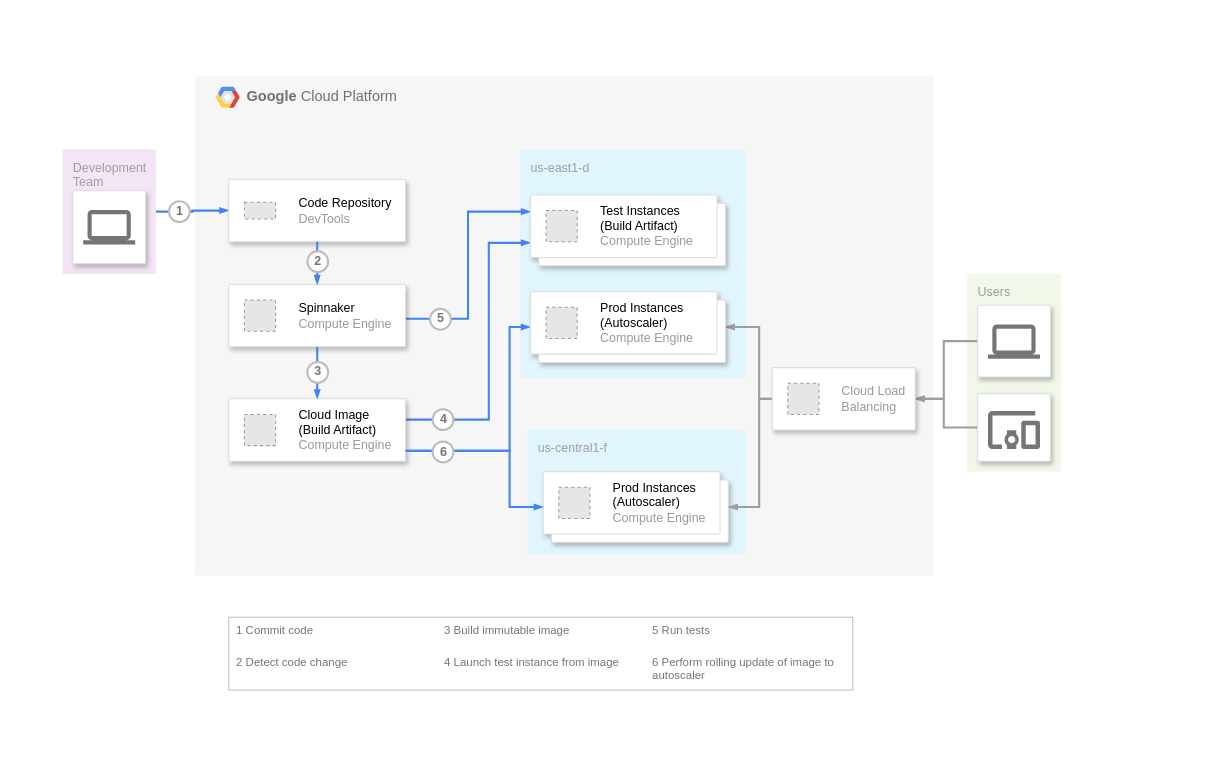
The draw.io diagram javame-architecture.drawio in nhnacademy-aiot2-javame/javame-Diagram, before the edit. Source tidied: cells renumbered, new cells numbered last; positions are measured from the earlier drawing's top-left corner, leaving out a move shared by most shapes. Both pictures are drawn from the tidied source at 104%, with x=0, y=0 at pixel (61, 76). Pictures stored in the file or linked from it are replaced by grey dashed boxes.
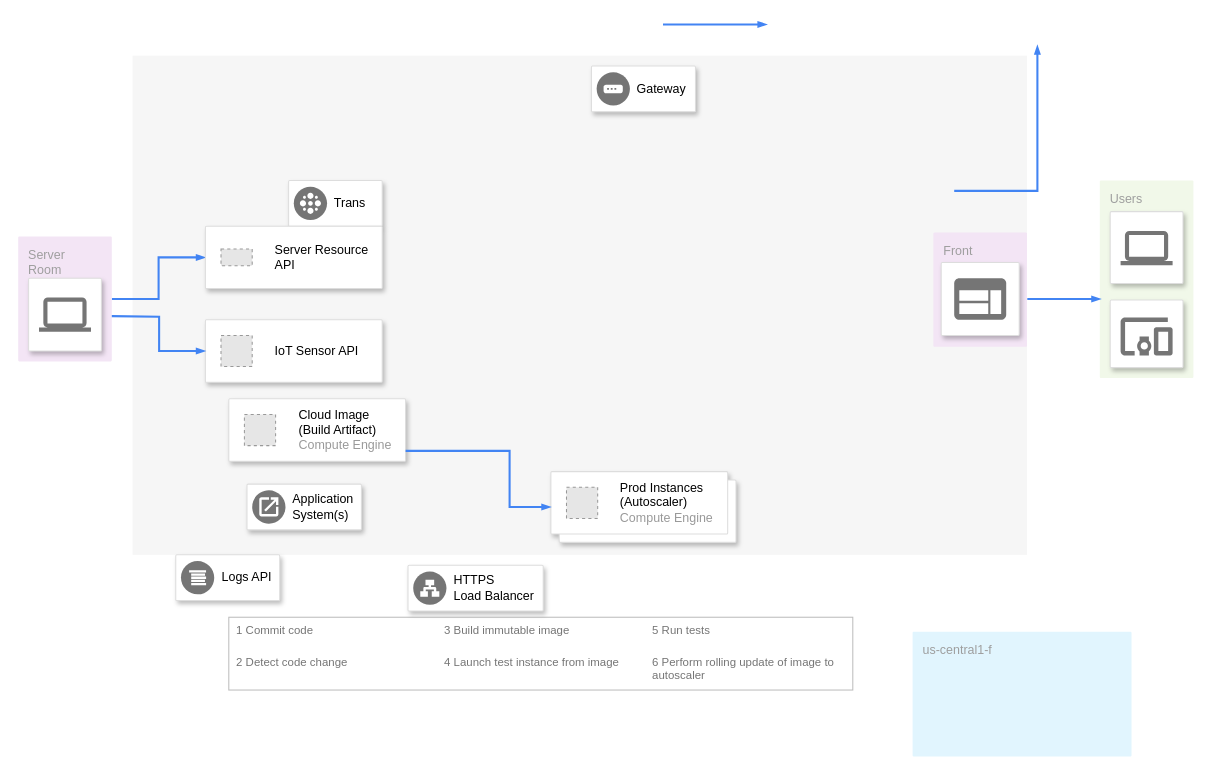
After the change.

Unchanged cells that the change refers to:
```xml
<mxCell id="32" style="strokeColor=#dddddd;shadow=1;strokeWidth=1;rounded=1;absoluteArcSize=1;arcSize=2;" parent="1" vertex="1">
  <mxGeometry x="160.5" y="310" width="170" height="60" as="geometry" />
</mxCell>
```

Diff of the diagram source:
```diff
@@
-    <mxCell id="2" value="&lt;b&gt;Google &lt;/b&gt;Cloud Platform" style="fillColor=#F6F6F6;strokeColor=none;shadow=0;gradientColor=none;fontSize=14;align=left;spacing=10;fontColor=#717171;9E9E9E;verticalAlign=top;spacingTop=-4;fontStyle=0;spacingLeft=40;html=1;" parent="1" vertex="1">
-      <mxGeometry x="128" width="710" height="480" as="geometry" />
+    <mxCell id="2" style="fillColor=#F6F6F6;strokeColor=none;shadow=0;gradientColor=none;fontSize=14;align=left;spacing=10;fontColor=#717171;9E9E9E;verticalAlign=top;spacingTop=-4;fontStyle=0;spacingLeft=40;html=1;" parent="1" vertex="1">
+      <mxGeometry x="68" y="-20" width="860" height="480" as="geometry" />
     </mxCell>
-    <mxCell id="3" value="us-east1-d" style="rounded=1;absoluteArcSize=1;arcSize=2;html=1;strokeColor=none;gradientColor=none;shadow=0;dashed=0;strokeColor=none;fontSize=12;fontColor=#9E9E9E;align=left;verticalAlign=top;spacing=10;spacingTop=-4;fillColor=#E1F5FE;" parent="1" vertex="1">
-      <mxGeometry x="440.5" y="70" width="217.5" height="220" as="geometry" />
-    </mxCell>
@@
-    <mxCell id="5" value="Development&lt;br&gt;Team&lt;br&gt;" style="rounded=1;absoluteArcSize=1;arcSize=2;html=1;strokeColor=none;gradientColor=none;shadow=0;dashed=0;strokeColor=none;fontSize=12;fontColor=#9E9E9E;align=left;verticalAlign=top;spacing=10;spacingTop=-4;fillColor=#F3E5F5;" parent="1" vertex="1">
-      <mxGeometry x="0.5" y="70" width="90" height="120" as="geometry" />
+    <mxCell id="5" value="Server&lt;div&gt;Room&lt;/div&gt;" style="rounded=1;absoluteArcSize=1;arcSize=2;html=1;strokeColor=none;gradientColor=none;shadow=0;dashed=0;strokeColor=none;fontSize=12;fontColor=#9E9E9E;align=left;verticalAlign=top;spacing=10;spacingTop=-4;fillColor=#F3E5F5;" parent="1" vertex="1">
+      <mxGeometry x="-42" y="154" width="90" height="120" as="geometry" />
     </mxCell>
     <mxCell id="6" style="strokeColor=#dddddd;fillColor=#ffffff;shadow=1;strokeWidth=1;rounded=1;absoluteArcSize=1;arcSize=2;labelPosition=center;verticalLabelPosition=middle;align=center;verticalAlign=bottom;spacingLeft=0;fontColor=#999999;fontSize=12;whiteSpace=wrap;spacingBottom=2;html=1;" parent="1" vertex="1">
-      <mxGeometry x="10.5" y="110" width="70" height="70" as="geometry" />
+      <mxGeometry x="-32" y="194" width="70" height="70" as="geometry" />
     </mxCell>
@@
-    <mxCell id="8" style="edgeStyle=orthogonalEdgeStyle;rounded=0;html=1;labelBackgroundColor=none;startFill=1;startSize=4;endArrow=blockThin;endFill=1;endSize=4;jettySize=auto;strokeColor=#4284F3;strokeWidth=2;fontSize=12;fontColor=#000000;align=center;dashed=0;" parent="1" edge="1" source="29" target="22">
-      <mxGeometry relative="1" as="geometry">
-        <Array as="points">
-          <mxPoint x="390.5" y="233" />
-          <mxPoint x="390.5" y="130" />
-        </Array>
-      </mxGeometry>
-    </mxCell>
-    <mxCell id="9" style="edgeStyle=orthogonalEdgeStyle;rounded=0;html=1;labelBackgroundColor=none;startFill=1;startSize=4;endArrow=blockThin;endFill=1;endSize=4;jettySize=auto;strokeColor=#4284F3;strokeWidth=2;fontSize=12;fontColor=#000000;align=center;dashed=0;" parent="1" edge="1" source="32" target="22">
-      <mxGeometry relative="1" as="geometry">
-        <Array as="points">
-          <mxPoint x="410.5" y="330" />
-          <mxPoint x="410.5" y="160" />
-        </Array>
-      </mxGeometry>
-    </mxCell>
-    <mxCell id="10" style="edgeStyle=orthogonalEdgeStyle;rounded=0;html=1;labelBackgroundColor=none;startFill=1;startSize=4;endArrow=blockThin;endFill=1;endSize=4;jettySize=auto;strokeColor=#4284F3;strokeWidth=2;fontSize=12;fontColor=#000000;align=center;dashed=0;" parent="1" edge="1" source="32" target="24">
-      <mxGeometry relative="1" as="geometry">
-        <Array as="points">
-          <mxPoint x="430.5" y="360" />
-          <mxPoint x="430.5" y="241" />
-        </Array>
-      </mxGeometry>
-    </mxCell>
-    <mxCell id="11" style="edgeStyle=orthogonalEdgeStyle;rounded=0;html=1;labelBackgroundColor=none;startFill=1;startSize=4;endArrow=blockThin;endFill=1;endSize=4;jettySize=auto;strokeColor=#9E9E9E;strokeWidth=2;fontSize=12;fontColor=#000000;align=center;dashed=0;" parent="1" edge="1" source="47" target="24">
-      <mxGeometry relative="1" as="geometry">
-        <Array as="points">
-          <mxPoint x="785.5" y="310" />
-          <mxPoint x="670.5" y="310" />
-          <mxPoint x="670.5" y="241" />
-        </Array>
-      </mxGeometry>
-    </mxCell>
-    <mxCell id="12" value="1" style="shape=ellipse;fillColor=#ffffff;strokeColor=#BDBDBD;strokeWidth=2;shadow=0;gradientColor=none;fontColor=#757575;align=center;html=1;fontStyle=1;spacingTop=-1;" parent="1" vertex="1">
-      <mxGeometry x="103" y="120" width="20" height="20" as="geometry" />
-    </mxCell>
-    <mxCell id="13" value="4" style="shape=ellipse;fillColor=#ffffff;strokeColor=#BDBDBD;strokeWidth=2;shadow=0;gradientColor=none;fontColor=#757575;align=center;html=1;fontStyle=1;spacingTop=-1;" parent="1" vertex="1">
-      <mxGeometry x="356.5" y="320" width="20" height="20" as="geometry" />
-    </mxCell>
-    <mxCell id="14" value="5" style="shape=ellipse;fillColor=#ffffff;strokeColor=#BDBDBD;strokeWidth=2;shadow=0;gradientColor=none;fontColor=#757575;align=center;html=1;fontStyle=1;spacingTop=-1;" parent="1" vertex="1">
-      <mxGeometry x="354" y="223.5" width="20" height="20" as="geometry" />
-    </mxCell>
@@
-    <mxCell id="22" style="shape=mxgraph.gcp2.doubleRect;strokeColor=#dddddd;shadow=1;strokeWidth=1;rounded=1;absoluteArcSize=1;arcSize=2;" parent="1" vertex="1">
-      <mxGeometry x="450.5" y="114" width="187.5" height="68" as="geometry" />
-    </mxCell>
-    <mxCell id="23" value="&lt;font color=&quot;#000000&quot;&gt;Test Instances&lt;br&gt;(Build Artifact)&lt;/font&gt;&lt;br&gt;Compute Engine" style="fillColor=#E6E6E6;strokeColor=#999999;dashed=1;html=1;fontColor=#999999;verticalLabelPosition=middle;verticalAlign=middle;labelPosition=right;align=left;spacingLeft=20;" parent="22" vertex="1">
-      <mxGeometry width="30" height="30" relative="1" as="geometry">
-        <mxPoint x="15" y="15" as="offset" />
-      </mxGeometry>
-    </mxCell>
-    <mxCell id="24" style="shape=mxgraph.gcp2.doubleRect;strokeColor=#dddddd;shadow=1;strokeWidth=1;rounded=1;absoluteArcSize=1;arcSize=2;" parent="1" vertex="1">
-      <mxGeometry x="450.5" y="207" width="187.5" height="68" as="geometry" />
-    </mxCell>
-    <mxCell id="25" value="&lt;font color=&quot;#000000&quot;&gt;Prod Instances&lt;br&gt;(Autoscaler)&lt;/font&gt;&lt;br&gt;Compute Engine" style="fillColor=#E6E6E6;strokeColor=#999999;dashed=1;html=1;fontColor=#999999;verticalLabelPosition=middle;verticalAlign=middle;labelPosition=right;align=left;spacingLeft=20;" parent="24" vertex="1">
-      <mxGeometry width="30" height="30" relative="1" as="geometry">
-        <mxPoint x="15" y="15" as="offset" />
-      </mxGeometry>
-    </mxCell>
-    <mxCell id="26" style="shape=mxgraph.gcp2.google_cloud_platform;fillColor=#F6F6F6;strokeColor=none;shadow=0;gradientColor=none;" parent="1" vertex="1">
-      <mxGeometry x="148" y="10" width="23" height="20" as="geometry">
-        <mxPoint x="20" y="10" as="offset" />
-      </mxGeometry>
-    </mxCell>
-    <mxCell id="27" style="strokeColor=#dddddd;shadow=1;strokeWidth=1;rounded=1;absoluteArcSize=1;arcSize=2;" parent="1" vertex="1">
-      <mxGeometry x="160.5" y="99" width="170" height="60" as="geometry" />
-    </mxCell>
-    <mxCell id="28" value="&lt;font color=&quot;#000000&quot;&gt;Code Repository&lt;/font&gt;&lt;br&gt;DevTools" style="fillColor=#E6E6E6;strokeColor=#999999;dashed=1;html=1;fontColor=#999999;verticalLabelPosition=middle;verticalAlign=middle;labelPosition=right;align=left;spacingLeft=20;" parent="27" vertex="1">
-      <mxGeometry width="30" height="16" relative="1" as="geometry">
-        <mxPoint x="15" y="22" as="offset" />
-      </mxGeometry>
-    </mxCell>
     <mxCell id="29" style="strokeColor=#dddddd;shadow=1;strokeWidth=1;rounded=1;absoluteArcSize=1;arcSize=2;" parent="1" vertex="1">
-      <mxGeometry x="160.5" y="200" width="170" height="60" as="geometry" />
+      <mxGeometry x="138" y="234" width="170" height="60" as="geometry" />
     </mxCell>
-    <mxCell id="30" value="&lt;font color=&quot;#000000&quot;&gt;Spinnaker&lt;/font&gt;&lt;br&gt;Compute Engine" style="fillColor=#E6E6E6;strokeColor=#999999;dashed=1;html=1;fontColor=#999999;verticalLabelPosition=middle;verticalAlign=middle;labelPosition=right;align=left;spacingLeft=20;" parent="29" vertex="1">
+    <mxCell id="30" value="&lt;font color=&quot;#000000&quot;&gt;IoT Sensor API&lt;/font&gt;" style="fillColor=#E6E6E6;strokeColor=#999999;dashed=1;html=1;fontColor=#999999;verticalLabelPosition=middle;verticalAlign=middle;labelPosition=right;align=left;spacingLeft=20;" parent="29" vertex="1">
       <mxGeometry width="30" height="30" relative="1" as="geometry">
         <mxPoint x="15" y="15" as="offset" />
       </mxGeometry>
     </mxCell>
-    <mxCell id="31" style="edgeStyle=orthogonalEdgeStyle;rounded=0;html=1;labelBackgroundColor=none;startFill=1;startSize=4;endArrow=blockThin;endFill=1;endSize=4;jettySize=auto;strokeColor=#4284F3;strokeWidth=2;fontSize=12;fontColor=#000000;align=center;dashed=0;" parent="1" edge="1" source="27" target="29">
-      <mxGeometry relative="1" as="geometry" />
-    </mxCell>
@@
-    <mxCell id="34" style="edgeStyle=orthogonalEdgeStyle;rounded=0;html=1;labelBackgroundColor=none;startFill=1;startSize=4;endArrow=blockThin;endFill=1;endSize=4;jettySize=auto;strokeColor=#4284F3;strokeWidth=2;fontSize=12;fontColor=#000000;align=center;dashed=0;" parent="1" edge="1" source="29" target="32">
-      <mxGeometry relative="1" as="geometry" />
-    </mxCell>
     <mxCell id="35" value="us-central1-f" style="rounded=1;absoluteArcSize=1;arcSize=2;html=1;strokeColor=none;gradientColor=none;shadow=0;dashed=0;strokeColor=none;fontSize=12;fontColor=#9E9E9E;align=left;verticalAlign=top;spacing=10;spacingTop=-4;fillColor=#E1F5FE;" parent="1" vertex="1">
-      <mxGeometry x="447.5" y="340" width="210.5" height="120" as="geometry" />
+      <mxGeometry x="818" y="534" width="210.5" height="120" as="geometry" />
     </mxCell>
     <mxCell id="36" value="Users" style="rounded=1;absoluteArcSize=1;arcSize=2;html=1;strokeColor=none;gradientColor=none;shadow=0;dashed=0;strokeColor=none;fontSize=12;fontColor=#9E9E9E;align=left;verticalAlign=top;spacing=10;spacingTop=-4;fillColor=#F1F8E9;" parent="1" vertex="1">
-      <mxGeometry x="870.5" y="190" width="90" height="190" as="geometry" />
+      <mxGeometry x="998" y="100" width="90" height="190" as="geometry" />
     </mxCell>
-    <mxCell id="37" style="edgeStyle=orthogonalEdgeStyle;rounded=0;html=1;labelBackgroundColor=none;startFill=1;startSize=4;endArrow=blockThin;endFill=1;endSize=4;jettySize=auto;strokeColor=#9E9E9E;strokeWidth=2;fontSize=12;fontColor=#000000;align=center;dashed=0;" parent="1" edge="1" source="38" target="47">
-      <mxGeometry relative="1" as="geometry">
-        <Array as="points">
-          <mxPoint x="848" y="255" />
-          <mxPoint x="848" y="310" />
-        </Array>
-      </mxGeometry>
-    </mxCell>
     <mxCell id="38" style="strokeColor=#dddddd;fillColor=#ffffff;shadow=1;strokeWidth=1;rounded=1;absoluteArcSize=1;arcSize=2;labelPosition=center;verticalLabelPosition=middle;align=center;verticalAlign=bottom;spacingLeft=0;fontColor=#999999;fontSize=12;whiteSpace=wrap;spacingBottom=2;html=1;" parent="1" vertex="1">
-      <mxGeometry x="880.5" y="220" width="70" height="69" as="geometry" />
+      <mxGeometry x="1008" y="130" width="70" height="69" as="geometry" />
     </mxCell>
@@
-    <mxCell id="40" style="edgeStyle=orthogonalEdgeStyle;rounded=0;html=1;labelBackgroundColor=none;startFill=1;startSize=4;endArrow=blockThin;endFill=1;endSize=4;jettySize=auto;strokeColor=#9E9E9E;strokeWidth=2;fontSize=12;fontColor=#000000;align=center;dashed=0;" parent="1" edge="1" source="41" target="47">
-      <mxGeometry relative="1" as="geometry">
-        <Array as="points">
-          <mxPoint x="848" y="337" />
-          <mxPoint x="848" y="310" />
-        </Array>
-      </mxGeometry>
-    </mxCell>
     <mxCell id="41" style="strokeColor=#dddddd;fillColor=#ffffff;shadow=1;strokeWidth=1;rounded=1;absoluteArcSize=1;arcSize=2;labelPosition=center;verticalLabelPosition=middle;align=center;verticalAlign=bottom;spacingLeft=0;fontColor=#999999;fontSize=12;whiteSpace=wrap;spacingBottom=2;html=1;" parent="1" vertex="1">
-      <mxGeometry x="880.5" y="305" width="70" height="65" as="geometry" />
+      <mxGeometry x="1008" y="215" width="70" height="65" as="geometry" />
     </mxCell>
@@
     <mxCell id="43" style="shape=mxgraph.gcp2.doubleRect;strokeColor=#dddddd;shadow=1;strokeWidth=1;rounded=1;absoluteArcSize=1;arcSize=2;" parent="1" vertex="1">
-      <mxGeometry x="462.8" y="380" width="178" height="68" as="geometry" />
+      <mxGeometry x="470.2" y="380" width="178" height="68" as="geometry" />
     </mxCell>
@@
-    <mxCell id="45" style="edgeStyle=orthogonalEdgeStyle;rounded=0;html=1;labelBackgroundColor=none;startFill=1;startSize=4;endArrow=blockThin;endFill=1;endSize=4;jettySize=auto;strokeColor=#9E9E9E;strokeWidth=2;fontSize=12;fontColor=#000000;align=center;dashed=0;" parent="1" edge="1" source="47" target="43">
-      <mxGeometry relative="1" as="geometry">
-        <Array as="points">
-          <mxPoint x="785.5" y="310" />
-          <mxPoint x="670.5" y="310" />
-          <mxPoint x="670.5" y="414" />
-        </Array>
-      </mxGeometry>
-    </mxCell>
@@
-    <mxCell id="47" style="strokeColor=#dddddd;shadow=1;strokeWidth=1;rounded=1;absoluteArcSize=1;arcSize=2;" parent="1" vertex="1">
-      <mxGeometry x="683" y="280" width="137.5" height="60" as="geometry" />
-    </mxCell>
-    <mxCell id="48" value="Cloud Load&lt;br&gt;Balancing" style="fillColor=#E6E6E6;strokeColor=#999999;dashed=1;html=1;fontColor=#999999;verticalLabelPosition=middle;verticalAlign=middle;labelPosition=right;align=left;spacingLeft=20;" parent="47" vertex="1">
-      <mxGeometry width="30" height="30" relative="1" as="geometry">
-        <mxPoint x="15" y="15" as="offset" />
-      </mxGeometry>
-    </mxCell>
-    <mxCell id="49" value="2" style="shape=ellipse;fillColor=#ffffff;strokeColor=#BDBDBD;strokeWidth=2;shadow=0;gradientColor=none;fontColor=#757575;align=center;html=1;fontStyle=1;spacingTop=-1;" parent="1" vertex="1">
-      <mxGeometry x="236" y="168" width="20" height="20" as="geometry" />
-    </mxCell>
-    <mxCell id="50" value="3" style="shape=ellipse;fillColor=#ffffff;strokeColor=#BDBDBD;strokeWidth=2;shadow=0;gradientColor=none;fontColor=#757575;align=center;html=1;fontStyle=1;spacingTop=-1;" parent="1" vertex="1">
-      <mxGeometry x="236" y="274.5" width="20" height="20" as="geometry" />
-    </mxCell>
-    <mxCell id="51" value="6" style="shape=ellipse;fillColor=#ffffff;strokeColor=#BDBDBD;strokeWidth=2;shadow=0;gradientColor=none;fontColor=#757575;align=center;html=1;fontStyle=1;spacingTop=-1;" parent="1" vertex="1">
-      <mxGeometry x="356.5" y="351" width="20" height="20" as="geometry" />
-    </mxCell>
+    <mxCell id="52" style="strokeColor=#dddddd;shadow=1;strokeWidth=1;rounded=1;absoluteArcSize=1;arcSize=2;" parent="1" vertex="1">
+      <mxGeometry x="509.2" y="-10" width="100" height="44" as="geometry" />
+    </mxCell>
+    <mxCell id="53" value="Gateway" style="sketch=0;dashed=0;html=1;fillColor=#757575;strokeColor=none;shape=mxgraph.gcp2.gateway;labelPosition=right;verticalLabelPosition=middle;align=left;verticalAlign=middle;spacingLeft=5;fontSize=12;" parent="52" vertex="1">
+      <mxGeometry y="0.5" width="32" height="32" relative="1" as="geometry">
+        <mxPoint x="5" y="-16" as="offset" />
+      </mxGeometry>
+    </mxCell>
+    <mxCell id="54" style="strokeColor=#dddddd;shadow=1;strokeWidth=1;rounded=1;absoluteArcSize=1;arcSize=2;" parent="1" vertex="1">
+      <mxGeometry x="109.5" y="460" width="100" height="44" as="geometry" />
+    </mxCell>
+    <mxCell id="55" value="Logs API" style="sketch=0;dashed=0;html=1;fillColor=#757575;strokeColor=none;shape=mxgraph.gcp2.logs_api;labelPosition=right;verticalLabelPosition=middle;align=left;verticalAlign=middle;spacingLeft=5;fontSize=12;" parent="54" vertex="1">
+      <mxGeometry y="0.5" width="32" height="32" relative="1" as="geometry">
+        <mxPoint x="5" y="-16" as="offset" />
+      </mxGeometry>
+    </mxCell>
+    <mxCell id="56" style="strokeColor=#dddddd;shadow=1;strokeWidth=1;rounded=1;absoluteArcSize=1;arcSize=2;" parent="1" vertex="1">
+      <mxGeometry x="218" y="100" width="90" height="44" as="geometry" />
+    </mxCell>
+    <mxCell id="57" value="Trans" style="sketch=0;dashed=0;html=1;fillColor=#757575;strokeColor=none;shape=mxgraph.gcp2.cluster;labelPosition=right;verticalLabelPosition=middle;align=left;verticalAlign=middle;spacingLeft=5;fontSize=12;" parent="56" vertex="1">
+      <mxGeometry y="0.5" width="32" height="32" relative="1" as="geometry">
+        <mxPoint x="5" y="-16" as="offset" />
+      </mxGeometry>
+    </mxCell>
+    <mxCell id="58" style="strokeColor=#dddddd;shadow=1;strokeWidth=1;rounded=1;absoluteArcSize=1;arcSize=2;" parent="1" vertex="1">
+      <mxGeometry x="332.8" y="470" width="130" height="44" as="geometry" />
+    </mxCell>
+    <mxCell id="59" value="HTTPS&#10;Load Balancer" style="sketch=0;dashed=0;html=1;fillColor=#757575;strokeColor=none;shape=mxgraph.gcp2.network_load_balancer;labelPosition=right;verticalLabelPosition=middle;align=left;verticalAlign=middle;spacingLeft=5;fontSize=12;" parent="58" vertex="1">
+      <mxGeometry y="0.5" width="32" height="32" relative="1" as="geometry">
+        <mxPoint x="5" y="-16" as="offset" />
+      </mxGeometry>
+    </mxCell>
+    <mxCell id="60" style="strokeColor=#dddddd;shadow=1;strokeWidth=1;rounded=1;absoluteArcSize=1;arcSize=2;" parent="1" vertex="1">
+      <mxGeometry x="178" y="392" width="110" height="44" as="geometry" />
+    </mxCell>
+    <mxCell id="61" value="Application&#10;System(s)" style="sketch=0;dashed=0;html=1;fillColor=#757575;strokeColor=none;shape=mxgraph.gcp2.application_system;labelPosition=right;verticalLabelPosition=middle;align=left;verticalAlign=middle;spacingLeft=5;fontSize=12;" parent="60" vertex="1">
+      <mxGeometry y="0.5" width="32" height="32" relative="1" as="geometry">
+        <mxPoint x="5" y="-16" as="offset" />
+      </mxGeometry>
+    </mxCell>
+    <mxCell id="62" style="edgeStyle=orthogonalEdgeStyle;rounded=0;html=1;labelBackgroundColor=none;startFill=1;startSize=4;endArrow=blockThin;endFill=1;endSize=4;jettySize=auto;orthogonalLoop=1;strokeColor=#4284F3;strokeWidth=2;fontSize=12;fontColor=#000000;align=center;dashed=0;" parent="1" edge="1">
+      <mxGeometry relative="1" as="geometry">
+        <mxPoint x="858" y="110" as="sourcePoint" />
+        <mxPoint x="938" y="-30" as="targetPoint" />
+        <Array as="points">
+          <mxPoint x="938" y="110" />
+        </Array>
+      </mxGeometry>
+    </mxCell>
+    <mxCell id="63" value="Front&lt;div&gt;&lt;br&gt;&lt;/div&gt;" style="rounded=1;absoluteArcSize=1;arcSize=2;html=1;strokeColor=none;gradientColor=none;shadow=0;dashed=0;strokeColor=none;fontSize=12;fontColor=#9E9E9E;align=left;verticalAlign=top;spacing=10;spacingTop=-4;fillColor=#F3E5F5;" parent="1" vertex="1">
+      <mxGeometry x="838" y="150" width="90" height="110" as="geometry" />
+    </mxCell>
+    <mxCell id="64" style="strokeColor=#dddddd;shadow=1;strokeWidth=1;rounded=1;absoluteArcSize=1;arcSize=2;labelPosition=center;verticalLabelPosition=middle;align=center;verticalAlign=bottom;spacingLeft=0;fontColor=#999999;fontSize=12;whiteSpace=wrap;spacingBottom=2;html=1;" parent="1" vertex="1">
+      <mxGeometry x="845.5" y="179" width="75" height="70" as="geometry" />
+    </mxCell>
+    <mxCell id="65" style="sketch=0;dashed=0;html=1;fillColor=#757575;strokeColor=none;shape=mxgraph.gcp2.application;" parent="64" vertex="1">
+      <mxGeometry x="0.5" width="50" height="40" relative="1" as="geometry">
+        <mxPoint x="-25" y="15" as="offset" />
+      </mxGeometry>
+    </mxCell>
+    <mxCell id="66" style="edgeStyle=orthogonalEdgeStyle;fontSize=12;html=1;endArrow=blockThin;endFill=1;rounded=0;strokeWidth=2;endSize=4;startSize=4;dashed=0;strokeColor=#4284F3;" parent="1" edge="1">
+      <mxGeometry relative="1" as="geometry">
+        <mxPoint x="578" y="-50" as="sourcePoint" />
+        <mxPoint x="678" y="-50" as="targetPoint" />
+      </mxGeometry>
+    </mxCell>
+    <mxCell id="67" style="edgeStyle=orthogonalEdgeStyle;fontSize=12;html=1;endArrow=blockThin;endFill=1;rounded=0;strokeWidth=2;endSize=4;startSize=4;dashed=0;strokeColor=#4284F3;exitX=1.015;exitY=0.582;exitDx=0;exitDy=0;exitPerimeter=0;" parent="1" edge="1">
+      <mxGeometry relative="1" as="geometry">
+        <mxPoint x="928.3" y="214" as="sourcePoint" />
+        <mxPoint x="999" y="214" as="targetPoint" />
+      </mxGeometry>
+    </mxCell>
+    <mxCell id="68" style="edgeStyle=orthogonalEdgeStyle;rounded=0;html=1;labelBackgroundColor=none;startFill=1;startSize=4;endArrow=blockThin;endFill=1;endSize=4;jettySize=auto;strokeColor=#4284F3;strokeWidth=2;fontSize=12;fontColor=#000000;align=center;dashed=0;entryX=0;entryY=0.5;entryDx=0;entryDy=0;" parent="1" edge="1" target="29">
+      <mxGeometry relative="1" as="geometry">
+        <mxPoint x="48" y="230.5" as="sourcePoint" />
+      </mxGeometry>
+    </mxCell>
+    <mxCell id="27" style="strokeColor=#dddddd;shadow=1;strokeWidth=1;rounded=1;absoluteArcSize=1;arcSize=2;" parent="1" vertex="1">
+      <mxGeometry x="138" y="144" width="170" height="60" as="geometry" />
+    </mxCell>
+    <mxCell id="28" value="&lt;font color=&quot;#000000&quot;&gt;Server Resource&lt;/font&gt;&lt;div&gt;&lt;font color=&quot;#000000&quot;&gt;API&lt;/font&gt;&lt;/div&gt;" style="fillColor=#E6E6E6;strokeColor=#999999;dashed=1;html=1;fontColor=#999999;verticalLabelPosition=middle;verticalAlign=middle;labelPosition=right;align=left;spacingLeft=20;" parent="27" vertex="1">
+      <mxGeometry width="30" height="16" relative="1" as="geometry">
+        <mxPoint x="15" y="22" as="offset" />
+      </mxGeometry>
+    </mxCell>
```
